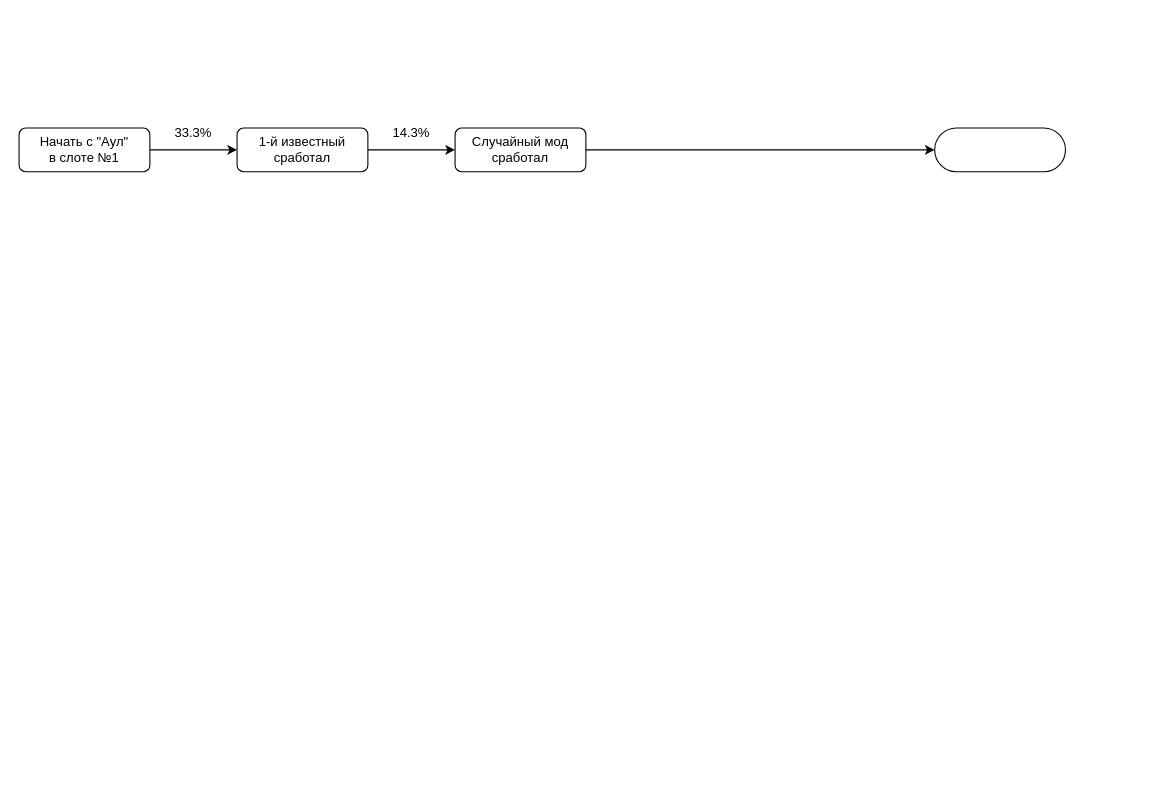
This is Wrframe - диаграмма личей кувы.drawio from HeisPovedim/draw-io, a draw.io file, before an edit. Source tidied: cells renumbered, new cells numbered last; positions are measured from the earlier drawing's top-left corner, leaving out a move shared by most shapes. Both pictures are drawn from the tidied source at 109%, with x=0, y=0 at pixel (19, 117).
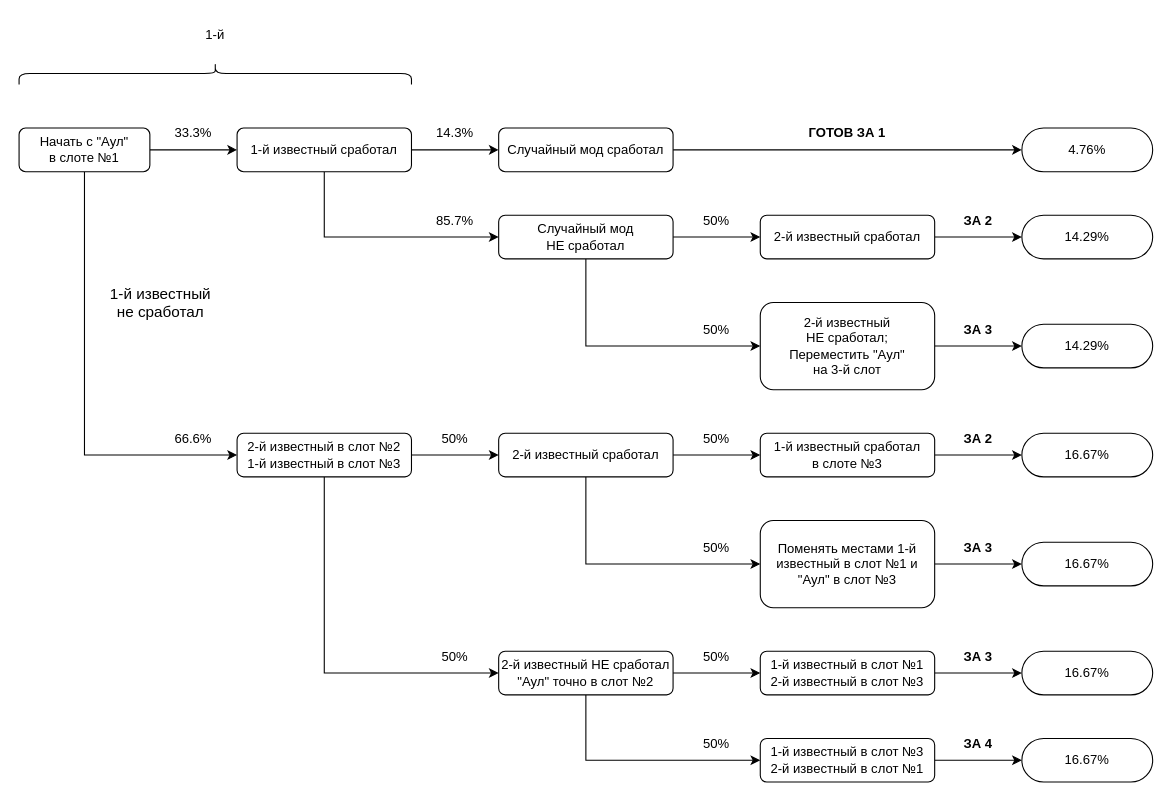
The same page after the edit.

The change refers to these unchanged cells:
```xml
<mxCell id="3" value="&lt;div&gt;Начать с &quot;Аул&quot;&lt;/div&gt;&lt;div&gt;в слоте №1&lt;/div&gt;" style="rounded=1;whiteSpace=wrap;html=1;" parent="1" vertex="1">
  <mxGeometry y="10" width="120" height="40" as="geometry" />
</mxCell>
```

Change to the diagram source:
```diff
@@
+    <mxCell id="11" style="edgeStyle=orthogonalEdgeStyle;rounded=0;jettySize=auto;html=1;exitX=0.5;exitY=1;exitDx=0;exitDy=0;entryX=0;entryY=0.5;entryDx=0;entryDy=0;" parent="1" edge="1" source="3" target="31">
+      <mxGeometry relative="1" as="geometry" />
+    </mxCell>
@@
+    <mxCell id="12" style="edgeStyle=orthogonalEdgeStyle;rounded=0;jettySize=auto;html=1;exitX=0.5;exitY=1;exitDx=0;exitDy=0;entryX=0;entryY=0.5;entryDx=0;entryDy=0;" parent="1" edge="1" source="5" target="16">
+      <mxGeometry relative="1" as="geometry" />
+    </mxCell>
-    <mxCell id="5" value="&lt;div&gt;1-й известный&lt;/div&gt;&lt;div&gt;сработал&lt;/div&gt;" style="rounded=1;whiteSpace=wrap;html=1;" parent="1" vertex="1">
-      <mxGeometry x="200" y="10" width="120" height="40" as="geometry" />
+    <mxCell id="5" value="&lt;div&gt;1-й известный сработал&lt;/div&gt;" style="rounded=1;whiteSpace=wrap;html=1;" parent="1" vertex="1">
+      <mxGeometry x="200" y="10" width="160" height="40" as="geometry" />
     </mxCell>
@@
-    <mxCell id="7" value="&lt;div&gt;Случайный мод&lt;/div&gt;&lt;div&gt;сработал&lt;/div&gt;" style="rounded=1;whiteSpace=wrap;html=1;" parent="1" vertex="1">
-      <mxGeometry x="400" y="10" width="120" height="40" as="geometry" />
+    <mxCell id="7" value="&lt;div&gt;Случайный мод сработал&lt;/div&gt;" style="rounded=1;whiteSpace=wrap;html=1;" parent="1" vertex="1">
+      <mxGeometry x="440" y="10" width="160" height="40" as="geometry" />
     </mxCell>
-    <mxCell id="8" style="rounded=1;whiteSpace=wrap;html=1;arcSize=50;" parent="1" vertex="1">
-      <mxGeometry x="840" y="10" width="120" height="40" as="geometry" />
+    <mxCell id="8" value="4.76%" style="rounded=1;whiteSpace=wrap;html=1;arcSize=50;" parent="1" vertex="1">
+      <mxGeometry x="920" y="10" width="120" height="40" as="geometry" />
     </mxCell>
-    <mxCell id="9" value="14.3%" style="text;html=1;align=center;verticalAlign=middle;whiteSpace=wrap;rounded=0;" parent="1" vertex="1">
-      <mxGeometry x="320" width="80" height="30" as="geometry" />
+    <mxCell id="9" value="85.7%" style="text;html=1;align=center;verticalAlign=middle;whiteSpace=wrap;rounded=0;" parent="1" vertex="1">
+      <mxGeometry x="360" y="80" width="80" height="30" as="geometry" />
     </mxCell>
@@
+    <mxCell id="13" value="&lt;b&gt;ГОТОВ ЗА 1&lt;/b&gt;" style="text;html=1;align=center;verticalAlign=middle;whiteSpace=wrap;rounded=0;" parent="1" vertex="1">
+      <mxGeometry x="600" width="320" height="30" as="geometry" />
+    </mxCell>
+    <mxCell id="14" style="edgeStyle=orthogonalEdgeStyle;rounded=0;jettySize=auto;html=1;exitX=1;exitY=0.5;exitDx=0;exitDy=0;entryX=0;entryY=0.5;entryDx=0;entryDy=0;" parent="1" edge="1" source="16" target="19">
+      <mxGeometry relative="1" as="geometry" />
+    </mxCell>
+    <mxCell id="15" style="edgeStyle=orthogonalEdgeStyle;rounded=0;jettySize=auto;html=1;exitX=0.5;exitY=1;exitDx=0;exitDy=0;entryX=0;entryY=0.5;entryDx=0;entryDy=0;" parent="1" edge="1" source="16" target="22">
+      <mxGeometry relative="1" as="geometry" />
+    </mxCell>
+    <mxCell id="16" value="&lt;div&gt;Случайный мод&lt;/div&gt;&lt;div&gt;НЕ сработал&lt;/div&gt;" style="rounded=1;whiteSpace=wrap;html=1;" parent="1" vertex="1">
+      <mxGeometry x="440" y="90" width="160" height="40" as="geometry" />
+    </mxCell>
+    <mxCell id="17" value="14.3%" style="text;html=1;align=center;verticalAlign=middle;whiteSpace=wrap;rounded=0;" parent="1" vertex="1">
+      <mxGeometry x="360" width="80" height="30" as="geometry" />
+    </mxCell>
+    <mxCell id="18" style="edgeStyle=orthogonalEdgeStyle;rounded=0;jettySize=auto;html=1;exitX=1;exitY=0.5;exitDx=0;exitDy=0;entryX=0;entryY=0.5;entryDx=0;entryDy=0;" parent="1" edge="1" source="19" target="20">
+      <mxGeometry relative="1" as="geometry" />
+    </mxCell>
+    <mxCell id="19" value="&lt;div&gt;2-й известный сработал&lt;/div&gt;" style="rounded=1;whiteSpace=wrap;html=1;" parent="1" vertex="1">
+      <mxGeometry x="680" y="90" width="160" height="40" as="geometry" />
+    </mxCell>
+    <mxCell id="20" value="14.29%" style="rounded=1;whiteSpace=wrap;html=1;arcSize=50;" parent="1" vertex="1">
+      <mxGeometry x="920" y="90" width="120" height="40" as="geometry" />
+    </mxCell>
+    <mxCell id="21" style="edgeStyle=orthogonalEdgeStyle;rounded=0;jettySize=auto;html=1;exitX=1;exitY=0.5;exitDx=0;exitDy=0;entryX=0;entryY=0.5;entryDx=0;entryDy=0;" parent="1" edge="1" source="22" target="23">
+      <mxGeometry relative="1" as="geometry" />
+    </mxCell>
+    <mxCell id="22" value="&lt;div&gt;2-й известный&lt;/div&gt;&lt;div&gt;НЕ сработал;&lt;/div&gt;&lt;div&gt;Переместить &quot;Аул&quot;&lt;/div&gt;&lt;div&gt;на 3-й слот&lt;/div&gt;" style="rounded=1;whiteSpace=wrap;html=1;" parent="1" vertex="1">
+      <mxGeometry x="680" y="170" width="160" height="80" as="geometry" />
+    </mxCell>
+    <mxCell id="23" value="14.29%" style="rounded=1;whiteSpace=wrap;html=1;arcSize=50;" parent="1" vertex="1">
+      <mxGeometry x="920" y="190" width="120" height="40" as="geometry" />
+    </mxCell>
+    <mxCell id="24" style="edgeStyle=orthogonalEdgeStyle;rounded=0;jettySize=auto;html=1;exitX=1;exitY=0.5;exitDx=0;exitDy=0;entryX=0;entryY=0.5;entryDx=0;entryDy=0;" parent="1" edge="1" source="25" target="34">
+      <mxGeometry relative="1" as="geometry" />
+    </mxCell>
+    <mxCell id="25" value="&lt;div&gt;1-й известный сработал&lt;/div&gt;&lt;div&gt;в слоте №3&lt;/div&gt;" style="rounded=1;whiteSpace=wrap;html=1;" parent="1" vertex="1">
+      <mxGeometry x="680" y="290" width="160" height="40" as="geometry" />
+    </mxCell>
+    <mxCell id="26" style="edgeStyle=orthogonalEdgeStyle;rounded=0;jettySize=auto;html=1;exitX=1;exitY=0.5;exitDx=0;exitDy=0;entryX=0;entryY=0.5;entryDx=0;entryDy=0;" parent="1" edge="1" source="28" target="25">
+      <mxGeometry relative="1" as="geometry" />
+    </mxCell>
+    <mxCell id="27" style="edgeStyle=orthogonalEdgeStyle;rounded=0;jettySize=auto;html=1;exitX=0.5;exitY=1;exitDx=0;exitDy=0;entryX=0;entryY=0.5;entryDx=0;entryDy=0;" parent="1" edge="1" source="28" target="33">
+      <mxGeometry relative="1" as="geometry" />
+    </mxCell>
+    <mxCell id="28" value="&lt;div&gt;2-й известный сработал&lt;/div&gt;" style="rounded=1;whiteSpace=wrap;html=1;" parent="1" vertex="1">
+      <mxGeometry x="440" y="290" width="160" height="40" as="geometry" />
+    </mxCell>
+    <mxCell id="29" style="edgeStyle=orthogonalEdgeStyle;rounded=0;jettySize=auto;html=1;exitX=1;exitY=0.5;exitDx=0;exitDy=0;entryX=0;entryY=0.5;entryDx=0;entryDy=0;" parent="1" edge="1" source="31" target="28">
+      <mxGeometry relative="1" as="geometry" />
+    </mxCell>
+    <mxCell id="30" style="edgeStyle=orthogonalEdgeStyle;rounded=0;jettySize=auto;html=1;exitX=0.5;exitY=1;exitDx=0;exitDy=0;entryX=0;entryY=0.5;entryDx=0;entryDy=0;" parent="1" edge="1" source="31" target="40">
+      <mxGeometry relative="1" as="geometry" />
+    </mxCell>
+    <mxCell id="31" value="&lt;div&gt;2-й известный в слот №2&lt;/div&gt;&lt;div&gt;&lt;div&gt;1-й известный в слот №3&lt;/div&gt;&lt;/div&gt;" style="rounded=1;whiteSpace=wrap;html=1;" parent="1" vertex="1">
+      <mxGeometry x="200" y="290" width="160" height="40" as="geometry" />
+    </mxCell>
+    <mxCell id="32" style="edgeStyle=orthogonalEdgeStyle;rounded=0;jettySize=auto;html=1;exitX=1;exitY=0.5;exitDx=0;exitDy=0;entryX=0;entryY=0.5;entryDx=0;entryDy=0;" parent="1" edge="1" source="33" target="35">
+      <mxGeometry relative="1" as="geometry" />
+    </mxCell>
+    <mxCell id="33" value="&lt;div&gt;Поменять местами 1-й&lt;/div&gt;&lt;div&gt;известный в слот №1 и&lt;/div&gt;&lt;div&gt;&quot;Аул&quot; в слот №3&lt;/div&gt;" style="rounded=1;whiteSpace=wrap;html=1;" parent="1" vertex="1">
+      <mxGeometry x="680" y="370" width="160" height="80" as="geometry" />
+    </mxCell>
+    <mxCell id="34" value="16.67%" style="rounded=1;whiteSpace=wrap;html=1;arcSize=50;" parent="1" vertex="1">
+      <mxGeometry x="920" y="290" width="120" height="40" as="geometry" />
+    </mxCell>
+    <mxCell id="35" value="16.67%" style="rounded=1;whiteSpace=wrap;html=1;arcSize=50;" parent="1" vertex="1">
+      <mxGeometry x="920" y="390" width="120" height="40" as="geometry" />
+    </mxCell>
+    <mxCell id="36" value="50%" style="text;html=1;align=center;verticalAlign=middle;whiteSpace=wrap;rounded=0;" parent="1" vertex="1">
+      <mxGeometry x="360" y="280" width="80" height="30" as="geometry" />
+    </mxCell>
+    <mxCell id="37" value="&lt;div&gt;&lt;font style=&quot;font-size: 14px;&quot;&gt;1-й известный&lt;/font&gt;&lt;/div&gt;&lt;div&gt;&lt;font style=&quot;font-size: 14px;&quot;&gt;не сработал&lt;/font&gt;&lt;/div&gt;" style="text;html=1;align=center;verticalAlign=middle;whiteSpace=wrap;rounded=0;" parent="1" vertex="1">
+      <mxGeometry x="60" y="130" width="140" height="80" as="geometry" />
+    </mxCell>
+    <mxCell id="38" style="edgeStyle=orthogonalEdgeStyle;rounded=0;jettySize=auto;html=1;exitX=1;exitY=0.5;exitDx=0;exitDy=0;entryX=0;entryY=0.5;entryDx=0;entryDy=0;" parent="1" edge="1" source="40" target="42">
+      <mxGeometry relative="1" as="geometry" />
+    </mxCell>
+    <mxCell id="39" style="edgeStyle=orthogonalEdgeStyle;rounded=0;jettySize=auto;html=1;exitX=0.5;exitY=1;exitDx=0;exitDy=0;entryX=0;entryY=0.5;entryDx=0;entryDy=0;" parent="1" edge="1" source="40" target="44">
+      <mxGeometry relative="1" as="geometry" />
+    </mxCell>
+    <mxCell id="40" value="&lt;div&gt;2-й известный НЕ сработал&lt;/div&gt;&lt;div&gt;&quot;Аул&quot; точно в слот №2&lt;/div&gt;" style="rounded=1;whiteSpace=wrap;html=1;" parent="1" vertex="1">
+      <mxGeometry x="440" y="490" width="160" height="40" as="geometry" />
+    </mxCell>
+    <mxCell id="41" style="edgeStyle=orthogonalEdgeStyle;rounded=0;jettySize=auto;html=1;exitX=1;exitY=0.5;exitDx=0;exitDy=0;entryX=0;entryY=0.5;entryDx=0;entryDy=0;" parent="1" edge="1" source="42" target="45">
+      <mxGeometry relative="1" as="geometry" />
+    </mxCell>
+    <mxCell id="42" value="&lt;div&gt;1-й известный в слот №1&lt;/div&gt;&lt;div&gt;2-й известный в слот №3&lt;/div&gt;" style="rounded=1;whiteSpace=wrap;html=1;" parent="1" vertex="1">
+      <mxGeometry x="680" y="490" width="160" height="40" as="geometry" />
+    </mxCell>
+    <mxCell id="43" style="edgeStyle=orthogonalEdgeStyle;rounded=0;jettySize=auto;html=1;exitX=1;exitY=0.5;exitDx=0;exitDy=0;entryX=0;entryY=0.5;entryDx=0;entryDy=0;" parent="1" edge="1" source="44" target="46">
+      <mxGeometry relative="1" as="geometry" />
+    </mxCell>
+    <mxCell id="44" value="&lt;div&gt;1-й известный в слот №3&lt;/div&gt;&lt;div&gt;2-й известный в слот №1&lt;/div&gt;" style="rounded=1;whiteSpace=wrap;html=1;" parent="1" vertex="1">
+      <mxGeometry x="680" y="570" width="160" height="40" as="geometry" />
+    </mxCell>
+    <mxCell id="45" value="16.67%" style="rounded=1;whiteSpace=wrap;html=1;arcSize=50;" parent="1" vertex="1">
+      <mxGeometry x="920" y="490" width="120" height="40" as="geometry" />
+    </mxCell>
+    <mxCell id="46" value="16.67%" style="rounded=1;whiteSpace=wrap;html=1;arcSize=50;" parent="1" vertex="1">
+      <mxGeometry x="920" y="570" width="120" height="40" as="geometry" />
+    </mxCell>
+    <mxCell id="47" value="&lt;b&gt;ЗА 2&lt;/b&gt;" style="text;html=1;align=center;verticalAlign=middle;whiteSpace=wrap;rounded=0;" parent="1" vertex="1">
+      <mxGeometry x="840" y="80" width="80" height="30" as="geometry" />
+    </mxCell>
+    <mxCell id="48" value="&lt;b&gt;ЗА 2&lt;/b&gt;" style="text;html=1;align=center;verticalAlign=middle;whiteSpace=wrap;rounded=0;" parent="1" vertex="1">
+      <mxGeometry x="840" y="280" width="80" height="30" as="geometry" />
+    </mxCell>
+    <mxCell id="49" value="&lt;b&gt;ЗА 3&lt;/b&gt;" style="text;html=1;align=center;verticalAlign=middle;whiteSpace=wrap;rounded=0;" parent="1" vertex="1">
+      <mxGeometry x="840" y="180" width="80" height="30" as="geometry" />
+    </mxCell>
+    <mxCell id="50" value="&lt;b&gt;ЗА 3&lt;/b&gt;" style="text;html=1;align=center;verticalAlign=middle;whiteSpace=wrap;rounded=0;" parent="1" vertex="1">
+      <mxGeometry x="840" y="380" width="80" height="30" as="geometry" />
+    </mxCell>
+    <mxCell id="51" value="&lt;b&gt;ЗА 3&lt;/b&gt;" style="text;html=1;align=center;verticalAlign=middle;whiteSpace=wrap;rounded=0;" parent="1" vertex="1">
+      <mxGeometry x="840" y="480" width="80" height="30" as="geometry" />
+    </mxCell>
+    <mxCell id="52" value="&lt;b&gt;ЗА 4&lt;/b&gt;" style="text;html=1;align=center;verticalAlign=middle;whiteSpace=wrap;rounded=0;" parent="1" vertex="1">
+      <mxGeometry x="840" y="560" width="80" height="30" as="geometry" />
+    </mxCell>
+    <mxCell id="53" value="66.6%" style="text;html=1;align=center;verticalAlign=middle;whiteSpace=wrap;rounded=0;" parent="1" vertex="1">
+      <mxGeometry x="120" y="280" width="80" height="30" as="geometry" />
+    </mxCell>
+    <mxCell id="54" value="50%" style="text;html=1;align=center;verticalAlign=middle;whiteSpace=wrap;rounded=0;" parent="1" vertex="1">
+      <mxGeometry x="360" y="480" width="80" height="30" as="geometry" />
+    </mxCell>
+    <mxCell id="55" value="50%" style="text;html=1;align=center;verticalAlign=middle;whiteSpace=wrap;rounded=0;" parent="1" vertex="1">
+      <mxGeometry x="600" y="280" width="80" height="30" as="geometry" />
+    </mxCell>
+    <mxCell id="56" value="50%" style="text;html=1;align=center;verticalAlign=middle;whiteSpace=wrap;rounded=0;" parent="1" vertex="1">
+      <mxGeometry x="600" y="380" width="80" height="30" as="geometry" />
+    </mxCell>
+    <mxCell id="57" value="50%" style="text;html=1;align=center;verticalAlign=middle;whiteSpace=wrap;rounded=0;" parent="1" vertex="1">
+      <mxGeometry x="600" y="480" width="80" height="30" as="geometry" />
+    </mxCell>
+    <mxCell id="58" value="50%" style="text;html=1;align=center;verticalAlign=middle;whiteSpace=wrap;rounded=0;" parent="1" vertex="1">
+      <mxGeometry x="600" y="560" width="80" height="30" as="geometry" />
+    </mxCell>
+    <mxCell id="59" value="50%" style="text;html=1;align=center;verticalAlign=middle;whiteSpace=wrap;rounded=0;" parent="1" vertex="1">
+      <mxGeometry x="600" y="180" width="80" height="30" as="geometry" />
+    </mxCell>
+    <mxCell id="60" value="50%" style="text;html=1;align=center;verticalAlign=middle;whiteSpace=wrap;rounded=0;" parent="1" vertex="1">
+      <mxGeometry x="600" y="80" width="80" height="30" as="geometry" />
+    </mxCell>
+    <mxCell id="61" style="shape=curlyBracket;whiteSpace=wrap;html=1;rounded=1;labelPosition=left;verticalLabelPosition=middle;align=right;verticalAlign=middle;direction=south;" parent="1" vertex="1">
+      <mxGeometry y="-50" width="360" height="20" as="geometry" />
+    </mxCell>
+    <mxCell id="62" value="1-й" style="text;html=1;align=center;verticalAlign=middle;whiteSpace=wrap;rounded=0;" parent="1" vertex="1">
+      <mxGeometry x="150" y="-90" width="60" height="30" as="geometry" />
+    </mxCell>
```
